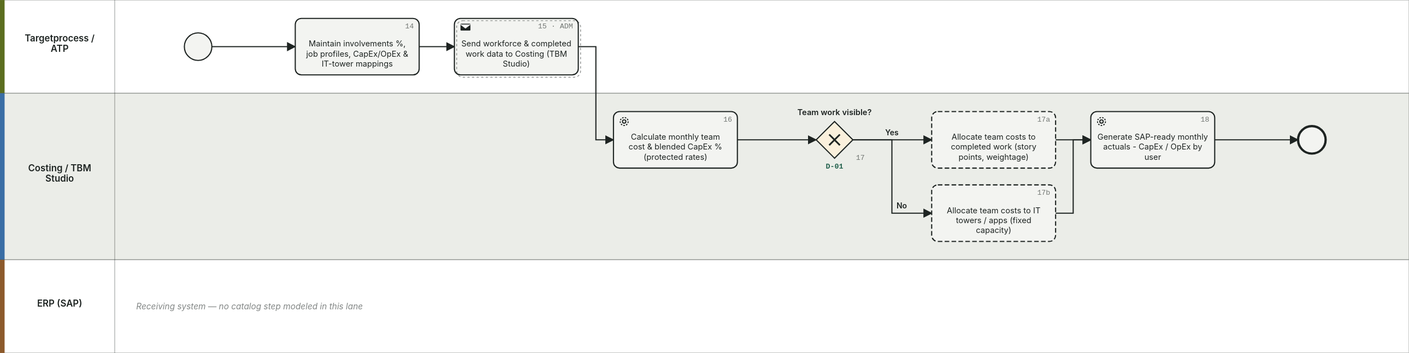
corbyjames/apptio-process-catalog keeps this BPMN diagram as assets/diagrams/flow-UC1.svg. Above is the earlier version. Its source is kept beside it as diagrams/bpmn/generated/flow-UC1.bpmn. Ids are renumbered.
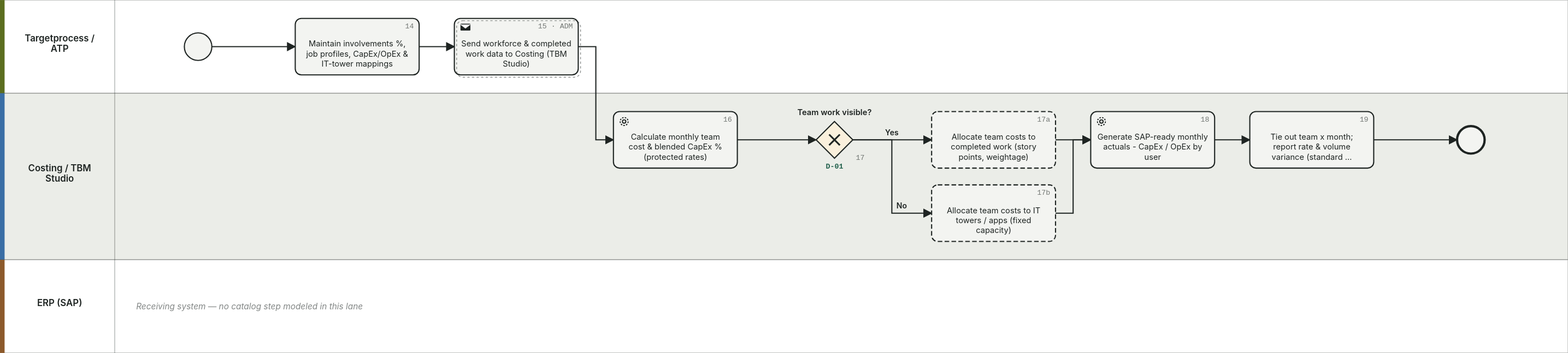
Above is the later version.

What changed in the source:
```diff
@@ -1,9 +1,9 @@
-<bpmn:definitions xmlns:bpmn="http://www.omg.org/spec/BPMN/20100524/MODEL" xmlns:bpmndi="http://www.omg.org/spec/BPMN/20100524/DI" xmlns:dc="http://www.omg.org/spec/DD/20100524/DC" xmlns:di="http://www.omg.org/spec/DD/20100524/DI" id="Definitions_UC1" targetNamespace="urn:apptio:process-catalog" exporter="Apptio Process Catalog" exporterVersion="0.7.0">
+<bpmn:definitions xmlns:bpmn="http://www.omg.org/spec/BPMN/20100524/MODEL" xmlns:bpmndi="http://www.omg.org/spec/BPMN/20100524/DI" xmlns:dc="http://www.omg.org/spec/DD/20100524/DC" xmlns:di="http://www.omg.org/spec/DD/20100524/DI" id="Definitions_UC1" targetNamespace="urn:apptio:process-catalog" exporter="Apptio Process Catalog" exporterVersion="0.8.0">
   <bpmn:collaboration id="Collaboration_UC1">
     <bpmn:participant id="Participant_UC1" name="Actuals in — Labor capitalization" processRef="Process_UC1" />
   </bpmn:collaboration>
   <bpmn:process id="Process_UC1" name="Labor capitalization" isExecutable="false">
-    <bpmn:documentation>Targetprocess sends involvements, job profiles, mappings and completed work to Costing; TBM Studio computes monthly team cost and blended CapEx %, allocates to work (story points) or towers (fixed capacity), and generates the SAP-ready CapEx/OpEx actuals file that deprecates time writing.</bpmn:documentation>
+    <bpmn:documentation>Targetprocess sends involvements, job profiles, mappings and completed work to Costing; TBM Studio computes monthly team cost and blended CapEx %, allocates to work (story points) or towers (fixed capacity), and generates the SAP-ready CapEx/OpEx actuals file that deprecates time writing. A monthly tie-out and variance report keeps the standard-rate portfolio view reconciled with the actual-cost accounting view.</bpmn:documentation>
     <bpmn:laneSet id="LaneSet_UC1">
       <bpmn:lane id="Lane_UC1_0" name="Targetprocess / ATP">
         <bpmn:flowNodeRef>n_start_implicit</bpmn:flowNodeRef>
@@ -16,6 +16,7 @@
         <bpmn:flowNodeRef>n_17a</bpmn:flowNodeRef>
         <bpmn:flowNodeRef>n_17b</bpmn:flowNodeRef>
         <bpmn:flowNodeRef>n_18</bpmn:flowNodeRef>
+        <bpmn:flowNodeRef>n_19</bpmn:flowNodeRef>
         <bpmn:flowNodeRef>n_end_implicit</bpmn:flowNodeRef>
       </bpmn:lane>
       <bpmn:lane id="Lane_UC1_2" name="ERP (SAP)">
@@ -31,39 +32,44 @@
       <bpmn:outgoing>Flow_1</bpmn:outgoing>
     </bpmn:task>
     <bpmn:sendTask id="n_15" name="Send workforce &amp; completed work data to Costing (TBM Studio)">
-      <bpmn:documentation>Catalog: 04.5.3, 06.4.3. </bpmn:documentation>
+      <bpmn:documentation>Catalog: 04.5.3, 06.4.6. </bpmn:documentation>
       <bpmn:incoming>Flow_1</bpmn:incoming>
       <bpmn:outgoing>Flow_2</bpmn:outgoing>
     </bpmn:sendTask>
     <bpmn:serviceTask id="n_16" name="Calculate monthly team cost &amp; blended CapEx % (protected rates)">
-      <bpmn:documentation>Catalog: 06.4.4. </bpmn:documentation>
+      <bpmn:documentation>Catalog: 06.4.7. </bpmn:documentation>
       <bpmn:incoming>Flow_2</bpmn:incoming>
       <bpmn:outgoing>Flow_3</bpmn:outgoing>
     </bpmn:serviceTask>
     <bpmn:exclusiveGateway id="n_17" name="Team work visible?">
-      <bpmn:documentation>Catalog: 06.4.5. Yes: story-point allocation; No: fixed-capacity Decided by D-01 Labor effort signal: How is labor effort captured and attached to work so it can be costed, capitalized and rolled into App TCO?</bpmn:documentation>
+      <bpmn:documentation>Catalog: 06.4.8. Yes: story-point allocation; No: fixed-capacity Decided by D-01 Labor effort signal: How is labor effort captured and attached to work so it can be costed, capitalized and rolled into App TCO?</bpmn:documentation>
       <bpmn:incoming>Flow_3</bpmn:incoming>
       <bpmn:outgoing>Flow_4</bpmn:outgoing>
       <bpmn:outgoing>Flow_5</bpmn:outgoing>
     </bpmn:exclusiveGateway>
     <bpmn:task id="n_17a" name="Allocate team costs to completed work (story points, weightage)">
-      <bpmn:documentation>Catalog: 06.4.5. Same allocation principles as TBM Only when Labor effort signal: Cost per story point / Cost per completed work item / Timesheets (hours x rate) / Planned work-effort units (allocation-based).</bpmn:documentation>
+      <bpmn:documentation>Catalog: 06.4.8. Same allocation principles as TBM Only when Labor effort signal: Cost per story point / Cost per completed work item / Timesheets (hours x rate) / Planned work-effort units (allocation-based).</bpmn:documentation>
       <bpmn:incoming>Flow_4</bpmn:incoming>
       <bpmn:outgoing>Flow_6</bpmn:outgoing>
     </bpmn:task>
     <bpmn:task id="n_17b" name="Allocate team costs to IT towers / apps (fixed capacity)">
-      <bpmn:documentation>Catalog: 06.4.5. Ops teams without visible backlog (e.g. ServiceNow) Only when Labor effort signal: Fixed capacity (team to tower/app).</bpmn:documentation>
+      <bpmn:documentation>Catalog: 06.4.8. Ops teams without visible backlog (e.g. ServiceNow) Only when Labor effort signal: Fixed capacity (team to tower/app).</bpmn:documentation>
       <bpmn:incoming>Flow_5</bpmn:incoming>
       <bpmn:outgoing>Flow_7</bpmn:outgoing>
     </bpmn:task>
     <bpmn:serviceTask id="n_18" name="Generate SAP-ready monthly actuals - CapEx / OpEx by user">
-      <bpmn:documentation>Catalog: 06.4.6. Deprecates time writing; join gateway before this step</bpmn:documentation>
+      <bpmn:documentation>Catalog: 06.4.9. Deprecates time writing; join gateway before this step</bpmn:documentation>
       <bpmn:incoming>Flow_6</bpmn:incoming>
       <bpmn:incoming>Flow_7</bpmn:incoming>
       <bpmn:outgoing>Flow_8</bpmn:outgoing>
     </bpmn:serviceTask>
+    <bpmn:task id="n_19" name="Tie out team x month; report rate &amp; volume variance (standard vs actual); raise mid-year rate revisions">
+      <bpmn:documentation>Catalog: 06.4.10. Portfolio view at standard, books at actual - reconciled, never forced to agree</bpmn:documentation>
+      <bpmn:incoming>Flow_8</bpmn:incoming>
+      <bpmn:outgoing>Flow_9</bpmn:outgoing>
+    </bpmn:task>
     <bpmn:endEvent id="n_end_implicit" name="">
-      <bpmn:incoming>Flow_8</bpmn:incoming>
+      <bpmn:incoming>Flow_9</bpmn:incoming>
     </bpmn:endEvent>
     <bpmn:sequenceFlow id="Flow_0" sourceRef="n_start_implicit" targetRef="n_14" />
     <bpmn:sequenceFlow id="Flow_1" sourceRef="n_14" targetRef="n_15" />
@@ -73,14 +79,15 @@
     <bpmn:sequenceFlow id="Flow_5" sourceRef="n_17" targetRef="n_17b" name="No" />
     <bpmn:sequenceFlow id="Flow_6" sourceRef="n_17a" targetRef="n_18" />
     <bpmn:sequenceFlow id="Flow_7" sourceRef="n_17b" targetRef="n_18" />
-    <bpmn:sequenceFlow id="Flow_8" sourceRef="n_18" targetRef="n_end_implicit" />
+    <bpmn:sequenceFlow id="Flow_8" sourceRef="n_18" targetRef="n_19" />
+    <bpmn:sequenceFlow id="Flow_9" sourceRef="n_19" targetRef="n_end_implicit" />
   </bpmn:process>
   <bpmndi:BPMNDiagram id="BPMNDiagram_UC1">
     <bpmndi:BPMNPlane id="BPMNPlane_UC1" bpmnElement="Collaboration_UC1">
-      <bpmndi:BPMNShape id="Participant_UC1_di" bpmnElement="Participant_UC1" isHorizontal="true"><dc:Bounds x="0" y="0" width="1842" height="462" /></bpmndi:BPMNShape>
-      <bpmndi:BPMNShape id="Lane_UC1_0_di" bpmnElement="Lane_UC1_0" isHorizontal="true"><dc:Bounds x="30" y="0" width="1812" height="122" /></bpmndi:BPMNShape>
-      <bpmndi:BPMNShape id="Lane_UC1_1_di" bpmnElement="Lane_UC1_1" isHorizontal="true"><dc:Bounds x="30" y="122" width="1812" height="218" /></bpmndi:BPMNShape>
-      <bpmndi:BPMNShape id="Lane_UC1_2_di" bpmnElement="Lane_UC1_2" isHorizontal="true"><dc:Bounds x="30" y="340" width="1812" height="122" /></bpmndi:BPMNShape>
+      <bpmndi:BPMNShape id="Participant_UC1_di" bpmnElement="Participant_UC1" isHorizontal="true"><dc:Bounds x="0" y="0" width="2050" height="462" /></bpmndi:BPMNShape>
+      <bpmndi:BPMNShape id="Lane_UC1_0_di" bpmnElement="Lane_UC1_0" isHorizontal="true"><dc:Bounds x="30" y="0" width="2020" height="122" /></bpmndi:BPMNShape>
+      <bpmndi:BPMNShape id="Lane_UC1_1_di" bpmnElement="Lane_UC1_1" isHorizontal="true"><dc:Bounds x="30" y="122" width="2020" height="218" /></bpmndi:BPMNShape>
+      <bpmndi:BPMNShape id="Lane_UC1_2_di" bpmnElement="Lane_UC1_2" isHorizontal="true"><dc:Bounds x="30" y="340" width="2020" height="122" /></bpmndi:BPMNShape>
       <bpmndi:BPMNShape id="n_start_implicit_di" bpmnElement="n_start_implicit"><dc:Bounds x="241" y="43" width="36" height="36" /></bpmndi:BPMNShape>
       <bpmndi:BPMNShape id="n_14_di" bpmnElement="n_14"><dc:Bounds x="386" y="24" width="162" height="74" /></bpmndi:BPMNShape>
       <bpmndi:BPMNShape id="n_15_di" bpmnElement="n_15"><dc:Bounds x="594" y="24" width="162" height="74" /></bpmndi:BPMNShape>
@@ -89,7 +96,8 @@
       <bpmndi:BPMNShape id="n_17a_di" bpmnElement="n_17a"><dc:Bounds x="1218" y="146" width="162" height="74" /></bpmndi:BPMNShape>
       <bpmndi:BPMNShape id="n_17b_di" bpmnElement="n_17b"><dc:Bounds x="1218" y="242" width="162" height="74" /></bpmndi:BPMNShape>
       <bpmndi:BPMNShape id="n_18_di" bpmnElement="n_18"><dc:Bounds x="1426" y="146" width="162" height="74" /></bpmndi:BPMNShape>
-      <bpmndi:BPMNShape id="n_end_implicit_di" bpmnElement="n_end_implicit"><dc:Bounds x="1697" y="165" width="36" height="36" /></bpmndi:BPMNShape>
+      <bpmndi:BPMNShape id="n_19_di" bpmnElement="n_19"><dc:Bounds x="1634" y="146" width="162" height="74" /></bpmndi:BPMNShape>
+      <bpmndi:BPMNShape id="n_end_implicit_di" bpmnElement="n_end_implicit"><dc:Bounds x="1905" y="165" width="36" height="36" /></bpmndi:BPMNShape>
       <bpmndi:BPMNEdge id="Flow_0_di" bpmnElement="Flow_0"><di:waypoint x="277" y="61" /><di:waypoint x="386" y="61" /></bpmndi:BPMNEdge>
       <bpmndi:BPMNEdge id="Flow_1_di" bpmnElement="Flow_1"><di:waypoint x="548" y="61" /><di:waypoint x="594" y="61" /></bpmndi:BPMNEdge>
       <bpmndi:BPMNEdge id="Flow_2_di" bpmnElement="Flow_2"><di:waypoint x="756" y="61" /><di:waypoint x="779" y="61" /><di:waypoint x="779" y="183" /><di:waypoint x="802" y="183" /></bpmndi:BPMNEdge>
@@ -98,7 +106,8 @@
       <bpmndi:BPMNEdge id="Flow_5_di" bpmnElement="Flow_5"><di:waypoint x="1115" y="183" /><di:waypoint x="1166" y="183" /><di:waypoint x="1166" y="279" /><di:waypoint x="1218" y="279" /></bpmndi:BPMNEdge>
       <bpmndi:BPMNEdge id="Flow_6_di" bpmnElement="Flow_6"><di:waypoint x="1380" y="183" /><di:waypoint x="1426" y="183" /></bpmndi:BPMNEdge>
       <bpmndi:BPMNEdge id="Flow_7_di" bpmnElement="Flow_7"><di:waypoint x="1380" y="279" /><di:waypoint x="1403" y="279" /><di:waypoint x="1403" y="183" /><di:waypoint x="1426" y="183" /></bpmndi:BPMNEdge>
-      <bpmndi:BPMNEdge id="Flow_8_di" bpmnElement="Flow_8"><di:waypoint x="1588" y="183" /><di:waypoint x="1697" y="183" /></bpmndi:BPMNEdge>
+      <bpmndi:BPMNEdge id="Flow_8_di" bpmnElement="Flow_8"><di:waypoint x="1588" y="183" /><di:waypoint x="1634" y="183" /></bpmndi:BPMNEdge>
+      <bpmndi:BPMNEdge id="Flow_9_di" bpmnElement="Flow_9"><di:waypoint x="1796" y="183" /><di:waypoint x="1905" y="183" /></bpmndi:BPMNEdge>
     </bpmndi:BPMNPlane>
   </bpmndi:BPMNDiagram>
 </bpmn:definitions>
```
